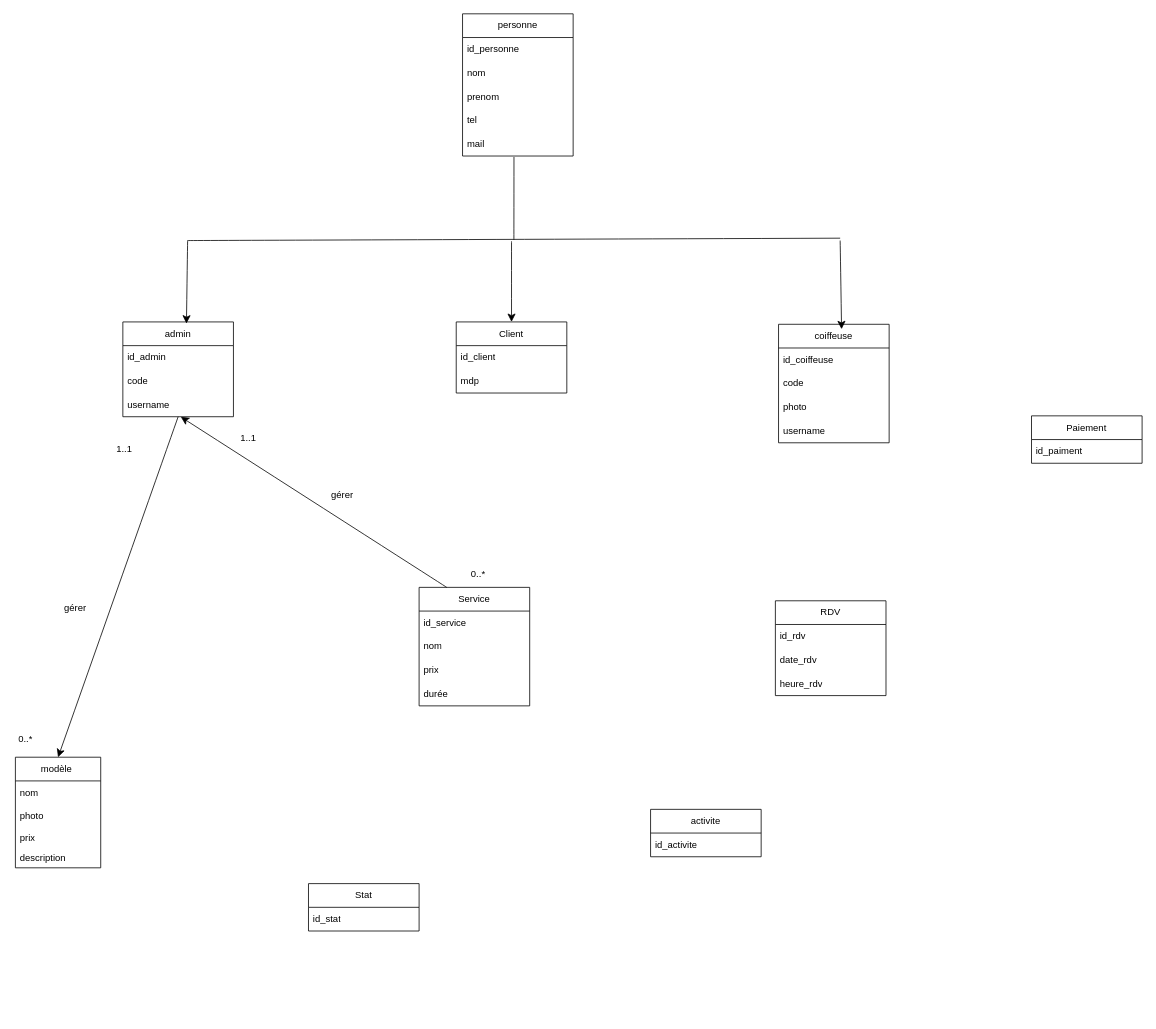
bettyhubcod/gestion_salon keeps this draw.io diagram as gestion_salon_coiffure.drawio. Above is the earlier version. Source tidied: cells renumbered, new cells numbered last; positions are measured from the earlier drawing's top-left corner, leaving out a move shared by most shapes. Both pictures are drawn from the tidied source at 79%, with x=0, y=0 at pixel (13, 13).
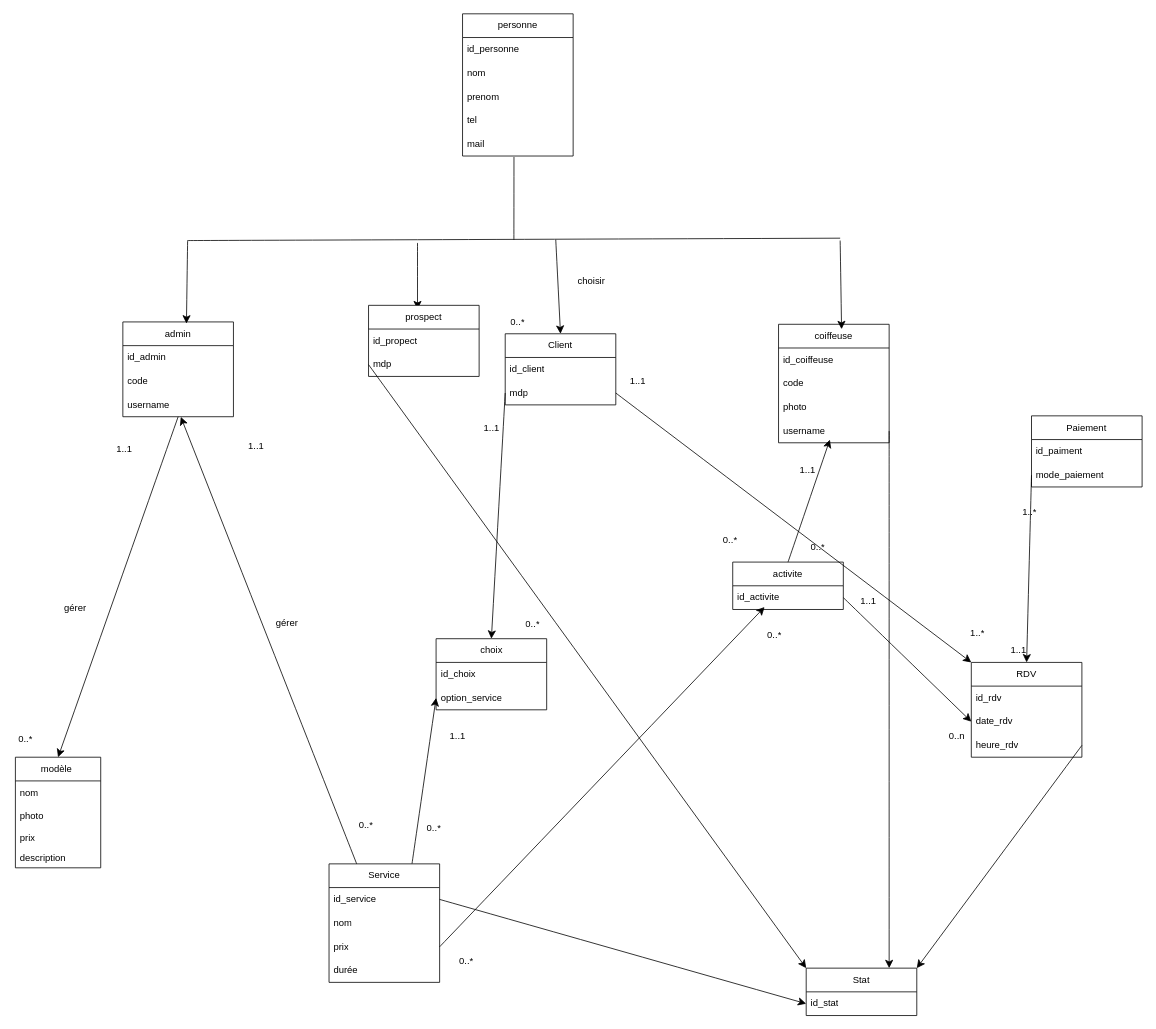
The same page after the edit.

Commit message:
Mettre à jour gestion_salon_coiffure.drawio

The change refers to these unchanged cells:
```xml
<mxCell id="3" value="id_activite" style="text;strokeColor=none;fillColor=none;align=left;verticalAlign=middle;spacingLeft=4;spacingRight=4;overflow=hidden;points=[[0,0.5],[1,0.5]];portConstraint=eastwest;whiteSpace=wrap;html=1;" parent="2" vertex="1">
  <mxGeometry y="30" width="140" height="30" as="geometry" />
</mxCell>
<mxCell id="5" value="id_stat" style="text;strokeColor=none;fillColor=none;align=left;verticalAlign=middle;spacingLeft=4;spacingRight=4;overflow=hidden;points=[[0,0.5],[1,0.5]];portConstraint=eastwest;whiteSpace=wrap;html=1;" parent="4" vertex="1">
  <mxGeometry y="30" width="140" height="30" as="geometry" />
</mxCell>
<mxCell id="21" value="username" style="text;strokeColor=none;fillColor=none;align=left;verticalAlign=middle;spacingLeft=4;spacingRight=4;overflow=hidden;points=[[0,0.5],[1,0.5]];portConstraint=eastwest;whiteSpace=wrap;html=1;" parent="17" vertex="1">
  <mxGeometry y="120" width="140" height="30" as="geometry" />
</mxCell>
<mxCell id="24" value="mdp" style="text;strokeColor=none;fillColor=none;align=left;verticalAlign=middle;spacingLeft=4;spacingRight=4;overflow=hidden;points=[[0,0.5],[1,0.5]];portConstraint=eastwest;whiteSpace=wrap;html=1;" parent="22" vertex="1">
  <mxGeometry y="60" width="140" height="30" as="geometry" />
</mxCell>
<mxCell id="31" value="id_service" style="text;strokeColor=none;fillColor=none;align=left;verticalAlign=middle;spacingLeft=4;spacingRight=4;overflow=hidden;points=[[0,0.5],[1,0.5]];portConstraint=eastwest;whiteSpace=wrap;html=1;" parent="30" vertex="1">
  <mxGeometry y="30" width="140" height="30" as="geometry" />
</mxCell>
<mxCell id="33" value="&lt;div&gt;prix&lt;/div&gt;" style="text;strokeColor=none;fillColor=none;align=left;verticalAlign=middle;spacingLeft=4;spacingRight=4;overflow=hidden;points=[[0,0.5],[1,0.5]];portConstraint=eastwest;whiteSpace=wrap;html=1;" parent="30" vertex="1">
  <mxGeometry y="90" width="140" height="30" as="geometry" />
</mxCell>
<mxCell id="37" value="date_rdv" style="text;strokeColor=none;fillColor=none;align=left;verticalAlign=middle;spacingLeft=4;spacingRight=4;overflow=hidden;points=[[0,0.5],[1,0.5]];portConstraint=eastwest;whiteSpace=wrap;html=1;" parent="35" vertex="1">
  <mxGeometry y="60" width="140" height="30" as="geometry" />
</mxCell>
<mxCell id="38" value="&lt;div&gt;heure_rdv&lt;/div&gt;" style="text;strokeColor=none;fillColor=none;align=left;verticalAlign=middle;spacingLeft=4;spacingRight=4;overflow=hidden;points=[[0,0.5],[1,0.5]];portConstraint=eastwest;whiteSpace=wrap;html=1;" parent="35" vertex="1">
  <mxGeometry y="90" width="140" height="30" as="geometry" />
</mxCell>
```

The edit, as a diff of the source:
```diff
@@
     <mxCell id="2" value="activite" style="swimlane;fontStyle=0;horizontal=1;startSize=30;whiteSpace=wrap;html=1;" parent="1" vertex="1">
-      <mxGeometry x="806" y="1007" width="140" height="60" as="geometry" />
+      <mxGeometry x="910" y="694" width="140" height="60" as="geometry" />
     </mxCell>
@@
     <mxCell id="4" value="Stat" style="swimlane;fontStyle=0;horizontal=1;startSize=30;whiteSpace=wrap;html=1;" parent="1" vertex="1">
-      <mxGeometry x="373" y="1101" width="140" height="60" as="geometry" />
+      <mxGeometry x="1003" y="1208" width="140" height="60" as="geometry" />
     </mxCell>
@@
     <mxCell id="22" value="Client" style="swimlane;fontStyle=0;horizontal=1;startSize=30;whiteSpace=wrap;html=1;" parent="1" vertex="1">
-      <mxGeometry x="560" y="390" width="140" height="90" as="geometry" />
+      <mxGeometry x="622" y="405" width="140" height="90" as="geometry" />
     </mxCell>
@@
+    <mxCell id="53" style="edgeStyle=none;curved=1;rounded=0;jettySize=auto;html=1;exitX=0.75;exitY=0;exitDx=0;exitDy=0;entryX=0;entryY=0.5;entryDx=0;entryDy=0;fontSize=12;startSize=8;endSize=8;" parent="1" edge="1" source="30" target="60">
+      <mxGeometry relative="1" as="geometry" />
+    </mxCell>
     <mxCell id="30" value="Service" style="swimlane;fontStyle=0;horizontal=1;startSize=30;whiteSpace=wrap;html=1;" parent="1" vertex="1">
-      <mxGeometry x="513" y="726" width="140" height="150" as="geometry" />
+      <mxGeometry x="399" y="1076" width="140" height="150" as="geometry" />
     </mxCell>
@@
     <mxCell id="35" value="RDV" style="swimlane;fontStyle=0;horizontal=1;startSize=30;whiteSpace=wrap;html=1;" parent="1" vertex="1">
-      <mxGeometry x="964" y="743" width="140" height="120" as="geometry" />
+      <mxGeometry x="1212" y="821" width="140" height="120" as="geometry" />
     </mxCell>
@@
     <mxCell id="39" value="Paiement" style="swimlane;fontStyle=0;horizontal=1;startSize=30;whiteSpace=wrap;html=1;" parent="1" vertex="1">
-      <mxGeometry x="1288.2" y="508.9" width="140" height="60" as="geometry" />
+      <mxGeometry x="1288.2" y="508.9" width="140" height="90" as="geometry" />
     </mxCell>
@@
+    <mxCell id="54" value="mode_paiement" style="text;strokeColor=none;fillColor=none;align=left;verticalAlign=middle;spacingLeft=4;spacingRight=4;overflow=hidden;points=[[0,0.5],[1,0.5]];portConstraint=eastwest;whiteSpace=wrap;html=1;" parent="39" vertex="1">
+      <mxGeometry y="60" width="140" height="30" as="geometry" />
+    </mxCell>
@@
     <mxCell id="44" style="endArrow=classic;html=1;rounded=0;fontSize=12;startSize=8;endSize=8;curved=1;entryX=0.5;entryY=0;entryDx=0;entryDy=0;" parent="1" edge="1" target="22">
       <mxGeometry relative="1" as="geometry">
-        <mxPoint x="630" y="288" as="sourcePoint" />
+        <mxPoint x="686" y="286" as="sourcePoint" />
       </mxGeometry>
     </mxCell>
@@
     <mxCell id="47" value="gérer&amp;nbsp;" style="text;strokeColor=none;fillColor=none;align=left;verticalAlign=middle;spacingLeft=4;spacingRight=4;overflow=hidden;whiteSpace=wrap;html=1;" parent="1" vertex="1">
-      <mxGeometry x="396" y="594" width="80" height="30" as="geometry" />
+      <mxGeometry x="326" y="757" width="80" height="30" as="geometry" />
     </mxCell>
@@
     <mxCell id="51" value="0..*" style="text;strokeColor=none;fillColor=none;align=left;verticalAlign=middle;spacingLeft=4;spacingRight=4;overflow=hidden;whiteSpace=wrap;html=1;" parent="1" vertex="1">
-      <mxGeometry x="573" y="694" width="31" height="30" as="geometry" />
+      <mxGeometry x="892" y="651" width="31" height="30" as="geometry" />
     </mxCell>
     <mxCell id="52" value="1..1" style="text;strokeColor=none;fillColor=none;align=left;verticalAlign=middle;spacingLeft=4;spacingRight=4;overflow=hidden;whiteSpace=wrap;html=1;" parent="1" vertex="1">
-      <mxGeometry x="281" y="522" width="31" height="30" as="geometry" />
+      <mxGeometry x="589" y="508.9" width="31" height="30" as="geometry" />
     </mxCell>
+    <mxCell id="55" value="choisir" style="text;strokeColor=none;fillColor=none;align=left;verticalAlign=middle;spacingLeft=4;spacingRight=4;overflow=hidden;whiteSpace=wrap;html=1;" parent="1" vertex="1">
+      <mxGeometry x="708" y="324" width="80" height="30" as="geometry" />
+    </mxCell>
+    <mxCell id="56" value="0..*" style="text;strokeColor=none;fillColor=none;align=left;verticalAlign=middle;spacingLeft=4;spacingRight=4;overflow=hidden;whiteSpace=wrap;html=1;" parent="1" vertex="1">
+      <mxGeometry x="431" y="1012" width="31" height="30" as="geometry" />
+    </mxCell>
+    <mxCell id="57" value="0..*" style="text;strokeColor=none;fillColor=none;align=left;verticalAlign=middle;spacingLeft=4;spacingRight=4;overflow=hidden;whiteSpace=wrap;html=1;" parent="1" vertex="1">
+      <mxGeometry x="622.5" y="375" width="31" height="30" as="geometry" />
+    </mxCell>
+    <mxCell id="58" value="choix" style="swimlane;fontStyle=0;horizontal=1;startSize=30;whiteSpace=wrap;html=1;" parent="1" vertex="1">
+      <mxGeometry x="534.5" y="791" width="140" height="90" as="geometry" />
+    </mxCell>
+    <mxCell id="59" value="id_choix" style="text;strokeColor=none;fillColor=none;align=left;verticalAlign=middle;spacingLeft=4;spacingRight=4;overflow=hidden;whiteSpace=wrap;html=1;" parent="58" vertex="1">
+      <mxGeometry y="30" width="140" height="30" as="geometry" />
+    </mxCell>
+    <mxCell id="60" value="option_service" style="text;strokeColor=none;fillColor=none;align=left;verticalAlign=middle;spacingLeft=4;spacingRight=4;overflow=hidden;points=[[0,0.5],[1,0.5]];portConstraint=eastwest;whiteSpace=wrap;html=1;" parent="58" vertex="1">
+      <mxGeometry y="60" width="140" height="30" as="geometry" />
+    </mxCell>
+    <mxCell id="61" style="edgeStyle=none;curved=1;rounded=0;jettySize=auto;html=1;exitX=0;exitY=0.5;exitDx=0;exitDy=0;entryX=0.5;entryY=0;entryDx=0;entryDy=0;fontSize=12;startSize=8;endSize=8;" parent="1" edge="1" source="24" target="58">
+      <mxGeometry relative="1" as="geometry" />
+    </mxCell>
+    <mxCell id="62" value="1..1" style="text;strokeColor=none;fillColor=none;align=left;verticalAlign=middle;spacingLeft=4;spacingRight=4;overflow=hidden;whiteSpace=wrap;html=1;" parent="1" vertex="1">
+      <mxGeometry x="291" y="532" width="31" height="30" as="geometry" />
+    </mxCell>
+    <mxCell id="63" value="0..*" style="text;strokeColor=none;fillColor=none;align=left;verticalAlign=middle;spacingLeft=4;spacingRight=4;overflow=hidden;whiteSpace=wrap;html=1;" parent="1" vertex="1">
+      <mxGeometry x="517" y="1016" width="31" height="30" as="geometry" />
+    </mxCell>
+    <mxCell id="64" value="1..1" style="text;strokeColor=none;fillColor=none;align=left;verticalAlign=middle;spacingLeft=4;spacingRight=4;overflow=hidden;whiteSpace=wrap;html=1;" parent="1" vertex="1">
+      <mxGeometry x="546" y="899" width="31" height="30" as="geometry" />
+    </mxCell>
+    <mxCell id="65" style="edgeStyle=none;curved=1;rounded=0;jettySize=auto;html=1;exitX=1;exitY=0.5;exitDx=0;exitDy=0;entryX=0;entryY=0.5;entryDx=0;entryDy=0;fontSize=12;startSize=8;endSize=8;" parent="1" edge="1" source="3" target="37">
+      <mxGeometry relative="1" as="geometry" />
+    </mxCell>
+    <mxCell id="66" style="edgeStyle=none;curved=1;rounded=0;jettySize=auto;html=1;exitX=1;exitY=0.5;exitDx=0;exitDy=0;entryX=0.288;entryY=0.897;entryDx=0;entryDy=0;entryPerimeter=0;fontSize=12;startSize=8;endSize=8;" parent="1" edge="1" source="33" target="3">
+      <mxGeometry relative="1" as="geometry" />
+    </mxCell>
+    <mxCell id="67" style="edgeStyle=none;curved=1;rounded=0;jettySize=auto;html=1;exitX=0.5;exitY=0;exitDx=0;exitDy=0;entryX=0.464;entryY=0.867;entryDx=0;entryDy=0;entryPerimeter=0;fontSize=12;startSize=8;endSize=8;" parent="1" edge="1" source="2" target="21">
+      <mxGeometry relative="1" as="geometry" />
+    </mxCell>
+    <mxCell id="68" value="0..*" style="text;strokeColor=none;fillColor=none;align=left;verticalAlign=middle;spacingLeft=4;spacingRight=4;overflow=hidden;whiteSpace=wrap;html=1;" parent="1" vertex="1">
+      <mxGeometry x="642" y="758" width="31" height="30" as="geometry" />
+    </mxCell>
+    <mxCell id="69" value="0..*" style="text;strokeColor=none;fillColor=none;align=left;verticalAlign=middle;spacingLeft=4;spacingRight=4;overflow=hidden;whiteSpace=wrap;html=1;" parent="1" vertex="1">
+      <mxGeometry x="1003" y="660" width="31" height="30" as="geometry" />
+    </mxCell>
+    <mxCell id="70" value="1..1" style="text;strokeColor=none;fillColor=none;align=left;verticalAlign=middle;spacingLeft=4;spacingRight=4;overflow=hidden;whiteSpace=wrap;html=1;" parent="1" vertex="1">
+      <mxGeometry x="989" y="563" width="31" height="30" as="geometry" />
+    </mxCell>
+    <mxCell id="71" value="0..*" style="text;strokeColor=none;fillColor=none;align=left;verticalAlign=middle;spacingLeft=4;spacingRight=4;overflow=hidden;whiteSpace=wrap;html=1;" parent="1" vertex="1">
+      <mxGeometry x="948" y="771" width="31" height="30" as="geometry" />
+    </mxCell>
+    <mxCell id="72" value="0..*" style="text;strokeColor=none;fillColor=none;align=left;verticalAlign=middle;spacingLeft=4;spacingRight=4;overflow=hidden;whiteSpace=wrap;html=1;" parent="1" vertex="1">
+      <mxGeometry x="558" y="1184" width="31" height="30" as="geometry" />
+    </mxCell>
+    <mxCell id="73" value="0..n" style="text;strokeColor=none;fillColor=none;align=left;verticalAlign=middle;spacingLeft=4;spacingRight=4;overflow=hidden;whiteSpace=wrap;html=1;" parent="1" vertex="1">
+      <mxGeometry x="1178" y="899" width="31" height="30" as="geometry" />
+    </mxCell>
+    <mxCell id="74" value="1..1" style="text;strokeColor=none;fillColor=none;align=left;verticalAlign=middle;spacingLeft=4;spacingRight=4;overflow=hidden;whiteSpace=wrap;html=1;" parent="1" vertex="1">
+      <mxGeometry x="1066" y="729" width="31" height="30" as="geometry" />
+    </mxCell>
+    <mxCell id="75" style="edgeStyle=none;curved=1;rounded=0;jettySize=auto;html=1;exitX=0;exitY=0.5;exitDx=0;exitDy=0;entryX=0.5;entryY=0;entryDx=0;entryDy=0;fontSize=12;startSize=8;endSize=8;" parent="1" edge="1" source="54" target="35">
+      <mxGeometry relative="1" as="geometry" />
+    </mxCell>
+    <mxCell id="76" value="1..*" style="text;strokeColor=none;fillColor=none;align=left;verticalAlign=middle;spacingLeft=4;spacingRight=4;overflow=hidden;whiteSpace=wrap;html=1;" parent="1" vertex="1">
+      <mxGeometry x="1271" y="616" width="31" height="30" as="geometry" />
+    </mxCell>
+    <mxCell id="77" value="1..1" style="text;strokeColor=none;fillColor=none;align=left;verticalAlign=middle;spacingLeft=4;spacingRight=4;overflow=hidden;whiteSpace=wrap;html=1;" parent="1" vertex="1">
+      <mxGeometry x="1256" y="790" width="31" height="30" as="geometry" />
+    </mxCell>
+    <mxCell id="78" style="edgeStyle=none;curved=1;rounded=0;jettySize=auto;html=1;exitX=1;exitY=0.5;exitDx=0;exitDy=0;entryX=0;entryY=0;entryDx=0;entryDy=0;fontSize=12;startSize=8;endSize=8;" parent="1" edge="1" source="24" target="35">
+      <mxGeometry relative="1" as="geometry" />
+    </mxCell>
+    <mxCell id="79" value="1..*" style="text;strokeColor=none;fillColor=none;align=left;verticalAlign=middle;spacingLeft=4;spacingRight=4;overflow=hidden;whiteSpace=wrap;html=1;" parent="1" vertex="1">
+      <mxGeometry x="1205" y="769" width="31" height="30" as="geometry" />
+    </mxCell>
+    <mxCell id="80" value="1..1" style="text;strokeColor=none;fillColor=none;align=left;verticalAlign=middle;spacingLeft=4;spacingRight=4;overflow=hidden;whiteSpace=wrap;html=1;" parent="1" vertex="1">
+      <mxGeometry x="774" y="450" width="31" height="30" as="geometry" />
+    </mxCell>
+    <mxCell id="81" style="endArrow=classic;html=1;rounded=0;fontSize=12;startSize=8;endSize=8;curved=1;" parent="1" edge="1">
+      <mxGeometry relative="1" as="geometry">
+        <mxPoint x="511" y="290" as="sourcePoint" />
+        <mxPoint x="511" y="374" as="targetPoint" />
+      </mxGeometry>
+    </mxCell>
+    <mxCell id="82" value="prospect" style="swimlane;fontStyle=0;horizontal=1;startSize=30;whiteSpace=wrap;html=1;" parent="1" vertex="1">
+      <mxGeometry x="449" y="369" width="140" height="90" as="geometry" />
+    </mxCell>
+    <mxCell id="83" value="id_propect" style="text;strokeColor=none;fillColor=none;align=left;verticalAlign=middle;spacingLeft=4;spacingRight=4;overflow=hidden;whiteSpace=wrap;html=1;" parent="82" vertex="1">
+      <mxGeometry y="30" width="140" height="30" as="geometry" />
+    </mxCell>
+    <mxCell id="84" value="mdp" style="text;strokeColor=none;fillColor=none;align=left;verticalAlign=middle;spacingLeft=4;spacingRight=4;overflow=hidden;points=[[0,0.5],[1,0.5]];portConstraint=eastwest;whiteSpace=wrap;html=1;" parent="82" vertex="1">
+      <mxGeometry y="60" width="140" height="30" as="geometry" />
+    </mxCell>
+    <mxCell id="85" style="edgeStyle=none;curved=1;rounded=0;jettySize=auto;html=1;exitX=1;exitY=0.5;exitDx=0;exitDy=0;entryX=1;entryY=0;entryDx=0;entryDy=0;fontSize=12;startSize=8;endSize=8;" parent="1" edge="1" source="38" target="4">
+      <mxGeometry relative="1" as="geometry" />
+    </mxCell>
+    <mxCell id="86" style="edgeStyle=none;curved=1;rounded=0;jettySize=auto;html=1;exitX=0;exitY=0.5;exitDx=0;exitDy=0;entryX=0;entryY=0;entryDx=0;entryDy=0;fontSize=12;startSize=8;endSize=8;" parent="1" edge="1" source="84" target="4">
+      <mxGeometry relative="1" as="geometry" />
+    </mxCell>
+    <mxCell id="87" style="edgeStyle=none;curved=1;rounded=0;jettySize=auto;html=1;exitX=1;exitY=0.5;exitDx=0;exitDy=0;entryX=0.75;entryY=0;entryDx=0;entryDy=0;fontSize=12;startSize=8;endSize=8;" parent="1" edge="1" source="21" target="4">
+      <mxGeometry relative="1" as="geometry" />
+    </mxCell>
+    <mxCell id="88" style="edgeStyle=none;curved=1;rounded=0;jettySize=auto;html=1;exitX=1;exitY=0.5;exitDx=0;exitDy=0;entryX=0;entryY=0.5;entryDx=0;entryDy=0;fontSize=12;startSize=8;endSize=8;" parent="1" edge="1" source="31" target="5">
+      <mxGeometry relative="1" as="geometry" />
+    </mxCell>
```
